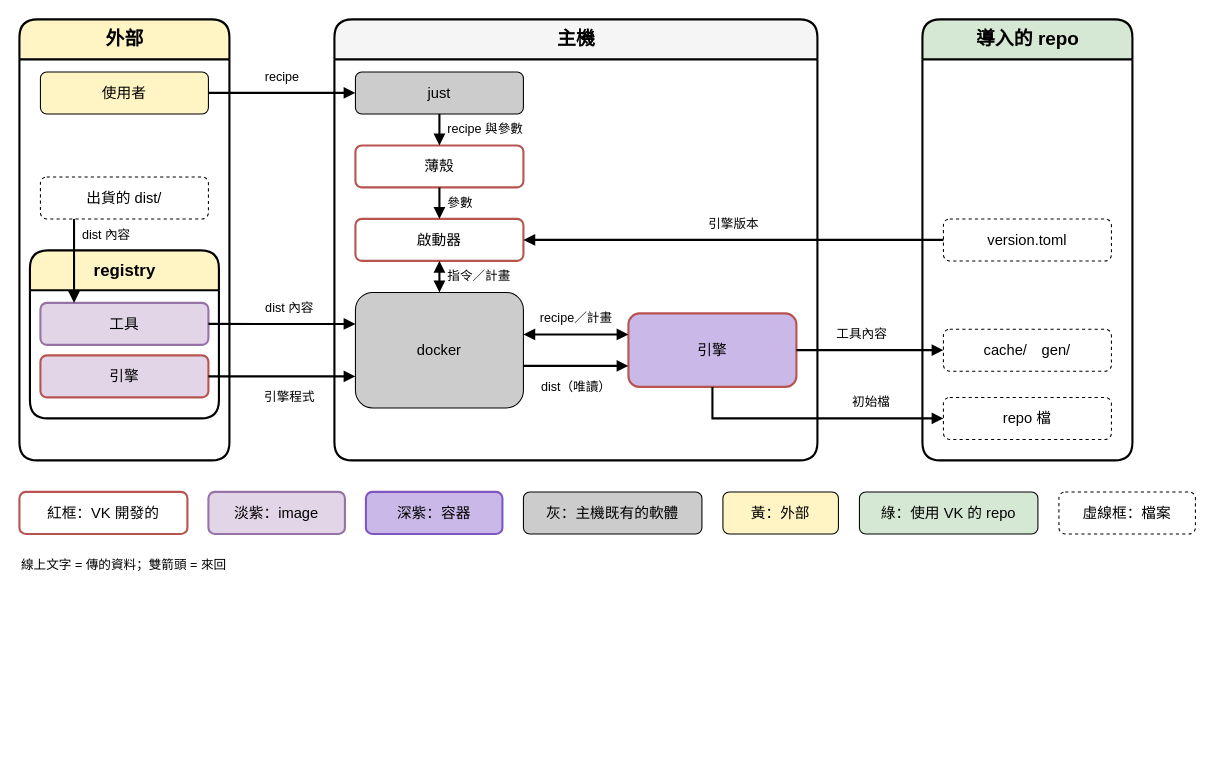
Above: page "VK 整體架構" (1 of 10) of doc/diagram/architecture.drawio in ycpss91255-research/vendor_kit (draw.io), before the change. Source tidied: cells renumbered, new cells numbered last; positions are measured from the earlier drawing's top-left corner, leaving out a move shared by most shapes. Both pictures are drawn from the tidied source at 105%, with x=0, y=0 at pixel (19, 19).
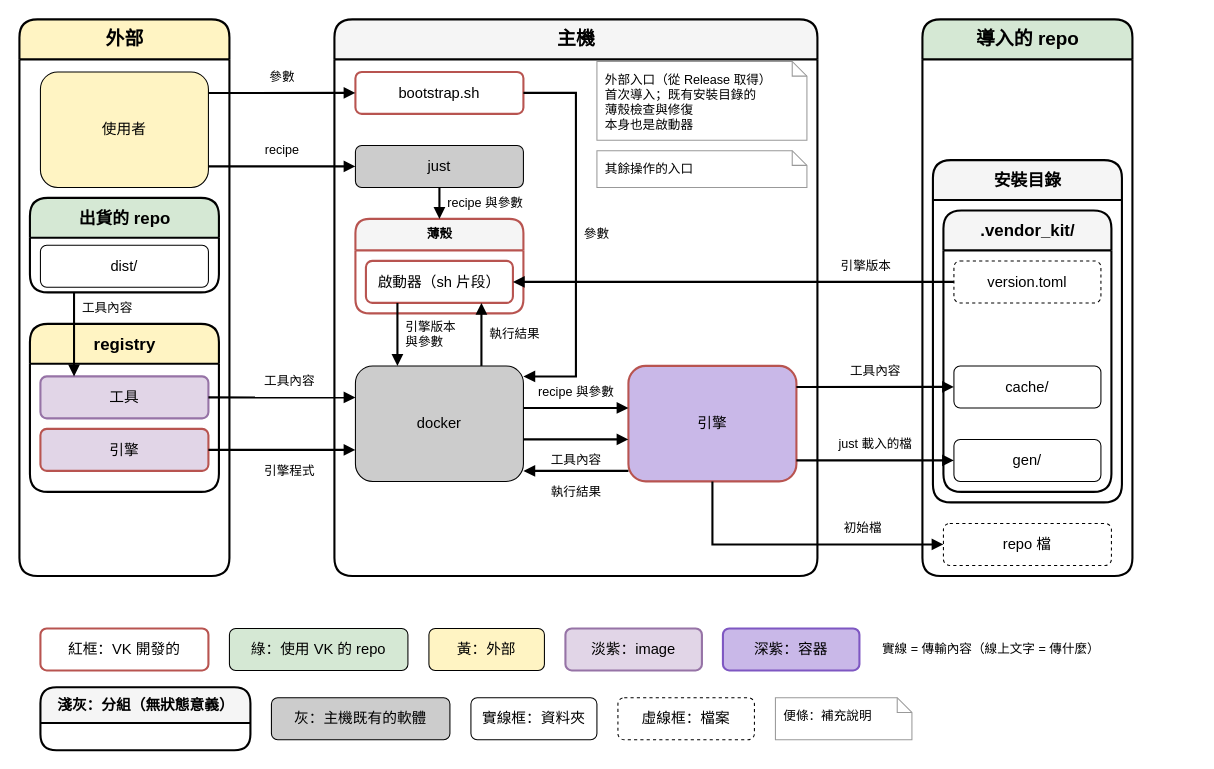
The same page after the edit.

Commit message:
docs(diagram): c-components 依定案 01、02 修正

- cache/ 與 gen/ 拆成兩格，放進 安裝目錄 > .vendor_kit/
- 補 bootstrap.sh 入口（首次導入），just 為其餘入口
- 啟動器畫成薄殼內的 sh 片段；去程與回程分成兩條線
- dist/ 移進「出貨的 repo」分組；外部欄逐格分類
- 圖例補齊，這頁 lint 歸零

Refs: #271

The change refers to these unchanged cells:
```xml
<mxCell id="5" value="工具" style="rounded=1;whiteSpace=wrap;html=1;fillColor=#e1d5e7;strokeColor=#9673a6;fontSize=14;strokeWidth=2;" parent="3" vertex="1">
  <mxGeometry x="10" y="50" width="160" height="40" as="geometry" />
</mxCell>
```

Diff of the diagram source:
```diff
@@
     <mxCell id="2" value="外部" style="swimlane;html=1;rounded=1;startSize=38;fontStyle=1;fontSize=18;fillColor=#FFF4C3;swimlaneFillColor=#ffffff;strokeColor=#000000;strokeWidth=2;" parent="1" vertex="1">
-      <mxGeometry width="200" height="420" as="geometry" />
+      <mxGeometry width="200" height="530" as="geometry" />
     </mxCell>
     <mxCell id="3" value="registry" style="swimlane;html=1;rounded=1;startSize=38;fontStyle=1;fontSize=16;fillColor=#FFF4C3;swimlaneFillColor=#ffffff;strokeColor=#000000;strokeWidth=2;" parent="2" vertex="1">
-      <mxGeometry x="10" y="220" width="180" height="160" as="geometry" />
+      <mxGeometry x="10" y="290" width="180" height="160" as="geometry" />
     </mxCell>
@@
     <mxCell id="6" value="使用者" style="rounded=1;whiteSpace=wrap;html=1;fillColor=#FFF4C3;strokeColor=light-dark(#000000,#9577A3);fontSize=14;strokeWidth=1;" parent="2" vertex="1">
-      <mxGeometry x="20" y="50" width="160" height="40" as="geometry" />
+      <mxGeometry x="20" y="50" width="160" height="110" as="geometry" />
     </mxCell>
-    <mxCell id="7" value="出貨的 dist/" style="rounded=1;whiteSpace=wrap;html=1;fillColor=#ffffff;strokeColor=light-dark(#000000,#9577A3);fontSize=14;strokeWidth=1;dashed=1;" parent="2" vertex="1">
-      <mxGeometry x="20" y="150" width="160" height="40" as="geometry" />
+    <mxCell id="7" value="dist/" style="rounded=1;whiteSpace=wrap;html=1;fillColor=#ffffff;strokeColor=light-dark(#000000,#9577A3);fontSize=14;strokeWidth=1;" parent="38" vertex="1">
+      <mxGeometry x="10" y="45" width="160" height="40" as="geometry" />
     </mxCell>
-    <mxCell id="8" value="dist 內容" style="edgeStyle=orthogonalEdgeStyle;rounded=0;jettySize=auto;html=1;strokeColor=default;strokeWidth=2;fontFamily=Helvetica;fontSize=12;fontColor=default;labelBorderColor=none;labelBackgroundColor=none;endArrow=block;endFill=1;align=left;verticalAlign=middle;spacingLeft=6;spacingBottom=0;exitX=0.2;exitY=1;exitDx=0;exitDy=0;entryX=0.2;entryY=0;entryDx=0;entryDy=0;" parent="2" edge="1" source="7" target="5">
-      <mxGeometry x="-0.6" relative="1" as="geometry" />
+    <mxCell id="8" value="工具內容" style="edgeStyle=orthogonalEdgeStyle;rounded=0;jettySize=auto;html=1;strokeColor=default;strokeWidth=2;fontFamily=Helvetica;fontSize=12;fontColor=default;labelBorderColor=none;labelBackgroundColor=none;endArrow=block;endFill=1;align=left;verticalAlign=middle;spacingLeft=6;spacingBottom=0;exitX=0.2;exitY=1;exitDx=0;exitDy=0;entryX=0.2;entryY=0;entryDx=0;entryDy=0;" parent="2" edge="1" source="7" target="5">
+      <mxGeometry x="-0.53" relative="1" as="geometry" />
     </mxCell>
     <mxCell id="9" value="主機" style="swimlane;html=1;rounded=1;startSize=38;fontStyle=1;fontSize=18;fillColor=#f5f5f5;swimlaneFillColor=#ffffff;strokeColor=#000000;strokeWidth=2;" parent="1" vertex="1">
-      <mxGeometry x="300" width="460" height="420" as="geometry" />
+      <mxGeometry x="300" width="460" height="530" as="geometry" />
     </mxCell>
     <mxCell id="10" value="just" style="rounded=1;whiteSpace=wrap;html=1;fillColor=#CCCCCC;strokeColor=light-dark(#000000,#9577A3);fontSize=14;strokeWidth=1;" parent="9" vertex="1">
-      <mxGeometry x="20" y="50" width="160" height="40" as="geometry" />
+      <mxGeometry x="20" y="120" width="160" height="40" as="geometry" />
     </mxCell>
-    <mxCell id="11" value="薄殼" style="rounded=1;whiteSpace=wrap;html=1;fillColor=#ffffff;strokeColor=#b85450;fontSize=14;strokeWidth=2;" parent="9" vertex="1">
-      <mxGeometry x="20" y="120" width="160" height="40" as="geometry" />
+    <mxCell id="11" value="薄殼" style="swimlane;html=1;rounded=1;startSize=30;fontStyle=1;fontSize=12;fillColor=#f5f5f5;swimlaneFillColor=#ffffff;strokeColor=#b85450;strokeWidth=2;" parent="9" vertex="1">
+      <mxGeometry x="20" y="190" width="160" height="90" as="geometry" />
     </mxCell>
-    <mxCell id="12" value="啟動器" style="rounded=1;whiteSpace=wrap;html=1;fillColor=#ffffff;strokeColor=#b85450;fontSize=14;strokeWidth=2;" parent="9" vertex="1">
-      <mxGeometry x="20" y="190" width="160" height="40" as="geometry" />
+    <mxCell id="12" value="啟動器（sh 片段）" style="rounded=1;whiteSpace=wrap;html=1;fillColor=#ffffff;strokeColor=#b85450;fontSize=14;strokeWidth=2;" parent="11" vertex="1">
+      <mxGeometry x="10" y="40" width="140" height="40" as="geometry" />
     </mxCell>
     <mxCell id="13" value="docker" style="rounded=1;whiteSpace=wrap;html=1;fillColor=#CCCCCC;strokeColor=light-dark(#000000,#9577A3);fontSize=14;strokeWidth=1;" parent="9" vertex="1">
-      <mxGeometry x="20" y="260" width="160" height="110" as="geometry" />
+      <mxGeometry x="20" y="330" width="160" height="110" as="geometry" />
     </mxCell>
     <mxCell id="14" value="引擎" style="rounded=1;whiteSpace=wrap;html=1;fillColor=#c9b8e8;strokeColor=#b85450;fontSize=14;strokeWidth=2;" parent="9" vertex="1">
-      <mxGeometry x="280" y="280" width="160" height="70" as="geometry" />
+      <mxGeometry x="280" y="330" width="160" height="110" as="geometry" />
     </mxCell>
     <mxCell id="15" value="導入的 repo" style="swimlane;html=1;rounded=1;startSize=38;fontStyle=1;fontSize=18;fillColor=#d5e8d4;swimlaneFillColor=#ffffff;strokeColor=#000000;strokeWidth=2;" parent="1" vertex="1">
-      <mxGeometry x="860" width="200" height="420" as="geometry" />
+      <mxGeometry x="860" width="200" height="530" as="geometry" />
     </mxCell>
-    <mxCell id="16" value="version.toml" style="rounded=1;whiteSpace=wrap;html=1;fillColor=#ffffff;strokeColor=light-dark(#000000,#9577A3);fontSize=14;strokeWidth=1;dashed=1;" parent="15" vertex="1">
-      <mxGeometry x="20" y="190" width="160" height="40" as="geometry" />
+    <mxCell id="16" value="version.toml" style="rounded=1;whiteSpace=wrap;html=1;fillColor=#ffffff;strokeColor=light-dark(#000000,#9577A3);fontSize=14;strokeWidth=1;dashed=1;" parent="51" vertex="1">
+      <mxGeometry x="10" y="48" width="140" height="40" as="geometry" />
     </mxCell>
-    <mxCell id="17" value="cache/　gen/" style="rounded=1;whiteSpace=wrap;html=1;fillColor=#ffffff;strokeColor=light-dark(#000000,#9577A3);fontSize=14;strokeWidth=1;dashed=1;" parent="15" vertex="1">
-      <mxGeometry x="20" y="295" width="160" height="40" as="geometry" />
+    <mxCell id="17" value="cache/" style="rounded=1;whiteSpace=wrap;html=1;fillColor=#ffffff;strokeColor=light-dark(#000000,#9577A3);fontSize=14;strokeWidth=1;" parent="51" vertex="1">
+      <mxGeometry x="10" y="148" width="140" height="40" as="geometry" />
     </mxCell>
     <mxCell id="18" value="repo 檔" style="rounded=1;whiteSpace=wrap;html=1;fillColor=#ffffff;strokeColor=light-dark(#000000,#9577A3);fontSize=14;strokeWidth=1;dashed=1;" parent="15" vertex="1">
-      <mxGeometry x="20" y="360" width="160" height="40" as="geometry" />
+      <mxGeometry x="20" y="480" width="160" height="40" as="geometry" />
     </mxCell>
-    <mxCell id="19" value="recipe" style="edgeStyle=orthogonalEdgeStyle;rounded=0;jettySize=auto;html=1;strokeColor=default;strokeWidth=2;align=center;verticalAlign=bottom;spacingBottom=6;fontFamily=Helvetica;fontSize=12;fontColor=default;labelBorderColor=none;labelBackgroundColor=none;endArrow=block;endFill=1;" parent="1" edge="1" source="6" target="10">
+    <mxCell id="19" value="recipe" style="edgeStyle=orthogonalEdgeStyle;rounded=0;jettySize=auto;html=1;strokeColor=default;strokeWidth=2;align=center;verticalAlign=bottom;spacingBottom=6;fontFamily=Helvetica;fontSize=12;fontColor=default;labelBorderColor=none;labelBackgroundColor=none;endArrow=block;endFill=1;exitX=1;exitY=0.818;exitDx=0;exitDy=0;entryX=0;entryY=0.5;entryDx=0;entryDy=0;" parent="1" edge="1" source="6" target="10">
       <mxGeometry relative="1" as="geometry" />
     </mxCell>
-    <mxCell id="20" value="recipe 與參數" style="edgeStyle=orthogonalEdgeStyle;rounded=0;jettySize=auto;html=1;strokeColor=default;strokeWidth=2;fontFamily=Helvetica;fontSize=12;fontColor=default;labelBorderColor=none;labelBackgroundColor=none;endArrow=block;endFill=1;align=left;verticalAlign=middle;spacingLeft=6;spacingBottom=0;" parent="1" edge="1" source="10" target="11">
+    <mxCell id="20" value="recipe 與參數" style="edgeStyle=orthogonalEdgeStyle;rounded=0;jettySize=auto;html=1;strokeColor=default;strokeWidth=2;fontFamily=Helvetica;fontSize=12;fontColor=default;labelBorderColor=none;labelBackgroundColor=none;endArrow=block;endFill=1;align=left;verticalAlign=middle;spacingLeft=6;spacingBottom=0;exitX=0.5;exitY=1;exitDx=0;exitDy=0;entryX=0.5;entryY=0;entryDx=0;entryDy=0;" parent="1" edge="1" source="10" target="11">
       <mxGeometry relative="1" as="geometry" />
     </mxCell>
-    <mxCell id="21" value="參數" style="edgeStyle=orthogonalEdgeStyle;rounded=0;jettySize=auto;html=1;strokeColor=default;strokeWidth=2;fontFamily=Helvetica;fontSize=12;fontColor=default;labelBorderColor=none;labelBackgroundColor=none;endArrow=block;endFill=1;align=left;verticalAlign=middle;spacingLeft=6;spacingBottom=0;" parent="1" edge="1" source="11" target="12">
-      <mxGeometry relative="1" as="geometry" />
-    </mxCell>
-    <mxCell id="22" value="引擎版本" style="edgeStyle=orthogonalEdgeStyle;rounded=0;jettySize=auto;html=1;strokeColor=default;strokeWidth=2;align=center;verticalAlign=bottom;spacingBottom=6;fontFamily=Helvetica;fontSize=12;fontColor=default;labelBorderColor=none;labelBackgroundColor=none;endArrow=block;endFill=1;" parent="1" edge="1" source="16" target="12">
-      <mxGeometry relative="1" as="geometry" />
+    <mxCell id="22" value="引擎版本" style="edgeStyle=orthogonalEdgeStyle;rounded=0;jettySize=auto;html=1;strokeColor=default;strokeWidth=2;align=center;verticalAlign=bottom;spacingBottom=6;fontFamily=Helvetica;fontSize=12;fontColor=default;labelBorderColor=none;labelBackgroundColor=none;endArrow=block;endFill=1;exitX=0;exitY=0.5;exitDx=0;exitDy=0;entryX=1;entryY=0.5;entryDx=0;entryDy=0;" parent="1" edge="1" source="16" target="12">
+      <mxGeometry x="-0.6" relative="1" as="geometry" />
     </mxCell>
-    <mxCell id="23" value="指令／計畫" style="edgeStyle=orthogonalEdgeStyle;rounded=0;jettySize=auto;html=1;strokeColor=default;strokeWidth=2;fontFamily=Helvetica;fontSize=12;fontColor=default;labelBorderColor=none;labelBackgroundColor=none;endArrow=block;endFill=1;startArrow=block;startFill=1;align=left;verticalAlign=middle;spacingLeft=6;spacingBottom=0;" parent="1" edge="1" source="12" target="13">
+    <mxCell id="23" value="引擎版本&lt;br&gt;與參數" style="edgeStyle=orthogonalEdgeStyle;rounded=0;jettySize=auto;html=1;strokeColor=default;strokeWidth=2;fontFamily=Helvetica;fontSize=12;fontColor=default;labelBorderColor=none;labelBackgroundColor=none;endArrow=block;endFill=1;align=left;verticalAlign=middle;spacingLeft=6;spacingBottom=0;exitX=0.2143;exitY=1;exitDx=0;exitDy=0;entryX=0.25;entryY=0;entryDx=0;entryDy=0;" parent="1" edge="1" source="12" target="13">
       <mxGeometry relative="1" as="geometry" />
     </mxCell>
-    <mxCell id="24" value="recipe／計畫" style="edgeStyle=orthogonalEdgeStyle;rounded=0;jettySize=auto;html=1;strokeColor=default;strokeWidth=2;align=center;verticalAlign=bottom;spacingBottom=6;fontFamily=Helvetica;fontSize=12;fontColor=default;labelBorderColor=none;labelBackgroundColor=none;endArrow=block;endFill=1;startArrow=block;startFill=1;exitX=1;exitY=0.364;exitDx=0;exitDy=0;entryX=0;entryY=0.286;entryDx=0;entryDy=0;" parent="1" edge="1" source="13" target="14">
+    <mxCell id="24" value="recipe 與參數" style="edgeStyle=orthogonalEdgeStyle;rounded=0;jettySize=auto;html=1;strokeColor=default;strokeWidth=2;align=center;verticalAlign=bottom;spacingBottom=6;fontFamily=Helvetica;fontSize=12;fontColor=default;labelBorderColor=none;labelBackgroundColor=none;endArrow=block;endFill=1;exitX=1;exitY=0.364;exitDx=0;exitDy=0;entryX=0;entryY=0.364;entryDx=0;entryDy=0;" parent="1" edge="1" source="13" target="14">
       <mxGeometry relative="1" as="geometry" />
     </mxCell>
-    <mxCell id="25" value="工具內容" style="edgeStyle=orthogonalEdgeStyle;rounded=0;jettySize=auto;html=1;strokeColor=default;strokeWidth=2;align=center;verticalAlign=bottom;spacingBottom=6;fontFamily=Helvetica;fontSize=12;fontColor=default;labelBorderColor=none;labelBackgroundColor=none;endArrow=block;endFill=1;exitX=1;exitY=0.5;exitDx=0;exitDy=0;entryX=0;entryY=0.5;entryDx=0;entryDy=0;" parent="1" edge="1" source="14" target="17">
-      <mxGeometry x="-0.12" relative="1" as="geometry" />
+    <mxCell id="25" value="工具內容" style="edgeStyle=orthogonalEdgeStyle;rounded=0;jettySize=auto;html=1;strokeColor=default;strokeWidth=2;align=center;verticalAlign=bottom;spacingBottom=6;fontFamily=Helvetica;fontSize=12;fontColor=default;labelBorderColor=none;labelBackgroundColor=none;endArrow=block;endFill=1;exitX=1;exitY=0.182;exitDx=0;exitDy=0;entryX=0;entryY=0.5;entryDx=0;entryDy=0;" parent="1" edge="1" source="14" target="17">
+      <mxGeometry relative="1" as="geometry" />
     </mxCell>
@@
     <mxCell id="27" value="紅框：VK 開發的" style="rounded=1;whiteSpace=wrap;html=1;fillColor=#ffffff;strokeColor=#b85450;fontSize=14;strokeWidth=2;" parent="1" vertex="1">
-      <mxGeometry y="450" width="160" height="40" as="geometry" />
+      <mxGeometry x="20" y="580" width="160" height="40" as="geometry" />
     </mxCell>
     <mxCell id="28" value="綠：使用 VK 的 repo" style="rounded=1;whiteSpace=wrap;html=1;fillColor=#d5e8d4;strokeColor=light-dark(#000000,#9577A3);fontSize=14;strokeWidth=1;" parent="1" vertex="1">
-      <mxGeometry x="800" y="450" width="170" height="40" as="geometry" />
+      <mxGeometry x="200" y="580" width="170" height="40" as="geometry" />
     </mxCell>
     <mxCell id="29" value="黃：外部" style="rounded=1;whiteSpace=wrap;html=1;fillColor=#FFF4C3;strokeColor=light-dark(#000000,#9577A3);fontSize=14;strokeWidth=1;" parent="1" vertex="1">
-      <mxGeometry x="670" y="450" width="110" height="40" as="geometry" />
+      <mxGeometry x="390" y="580" width="110" height="40" as="geometry" />
     </mxCell>
     <mxCell id="30" value="淡紫：image" style="rounded=1;whiteSpace=wrap;html=1;fillColor=#e1d5e7;strokeColor=#9673a6;fontSize=14;strokeWidth=2;" parent="1" vertex="1">
-      <mxGeometry x="180" y="450" width="130" height="40" as="geometry" />
+      <mxGeometry x="520" y="580" width="130" height="40" as="geometry" />
     </mxCell>
     <mxCell id="31" value="灰：主機既有的軟體" style="rounded=1;whiteSpace=wrap;html=1;fillColor=#CCCCCC;strokeColor=light-dark(#000000,#9577A3);fontSize=14;strokeWidth=1;" parent="1" vertex="1">
-      <mxGeometry x="480" y="450" width="170" height="40" as="geometry" />
+      <mxGeometry x="240" y="646" width="170" height="40" as="geometry" />
     </mxCell>
     <mxCell id="32" value="虛線框：檔案" style="rounded=1;whiteSpace=wrap;html=1;fillColor=#ffffff;strokeColor=light-dark(#000000,#9577A3);fontSize=14;strokeWidth=1;dashed=1;" parent="1" vertex="1">
-      <mxGeometry x="990" y="450" width="130" height="40" as="geometry" />
+      <mxGeometry x="570" y="646" width="130" height="40" as="geometry" />
     </mxCell>
-    <mxCell id="33" value="線上文字 = 傳的資料；雙箭頭 = 來回" style="text;html=1;whiteSpace=wrap;align=left;verticalAlign=middle;fontSize=12;strokeColor=none;fillColor=none;" parent="1" vertex="1">
-      <mxGeometry y="505" width="300" height="30" as="geometry" />
+    <mxCell id="33" value="實線 = 傳輸內容（線上文字 = 傳什麼）" style="text;html=1;whiteSpace=wrap;align=left;verticalAlign=middle;fontSize=12;strokeColor=none;fillColor=none;" parent="1" vertex="1">
+      <mxGeometry x="820" y="570" width="300" height="60" as="geometry" />
     </mxCell>
@@
-    <mxCell id="35" value="dist 內容" style="edgeStyle=orthogonalEdgeStyle;rounded=0;jettySize=auto;html=1;strokeColor=default;strokeWidth=2;align=center;verticalAlign=bottom;spacingBottom=6;fontFamily=Helvetica;fontSize=12;fontColor=default;labelBorderColor=none;labelBackgroundColor=none;endArrow=block;endFill=1;exitX=1;exitY=0.5;exitDx=0;exitDy=0;entryX=0;entryY=0.273;entryDx=0;entryDy=0;" parent="1" edge="1" source="5" target="13">
+    <mxCell id="35" value="工具內容" style="edgeStyle=orthogonalEdgeStyle;rounded=0;jettySize=auto;html=1;strokeColor=default;strokeWidth=2;align=center;verticalAlign=bottom;spacingBottom=6;fontFamily=Helvetica;fontSize=12;fontColor=default;labelBorderColor=none;labelBackgroundColor=none;endArrow=block;endFill=1;exitX=1;exitY=0.5;exitDx=0;exitDy=0;entryX=0;entryY=0.273;entryDx=0;entryDy=0;" parent="1" edge="1" source="5" target="13">
       <mxGeometry x="0.1" relative="1" as="geometry" />
     </mxCell>
-    <mxCell id="36" value="dist（唯讀）" style="edgeStyle=orthogonalEdgeStyle;rounded=0;jettySize=auto;html=1;strokeColor=default;strokeWidth=2;align=center;verticalAlign=top;spacingTop=6;spacingBottom=0;fontFamily=Helvetica;fontSize=12;fontColor=default;labelBorderColor=none;labelBackgroundColor=none;endArrow=block;endFill=1;exitX=1;exitY=0.636;exitDx=0;exitDy=0;entryX=0;entryY=0.714;entryDx=0;entryDy=0;" parent="1" edge="1" source="13" target="14">
+    <mxCell id="36" value="工具內容" style="edgeStyle=orthogonalEdgeStyle;rounded=0;jettySize=auto;html=1;strokeColor=default;strokeWidth=2;align=center;verticalAlign=top;spacingTop=6;spacingBottom=0;fontFamily=Helvetica;fontSize=12;fontColor=default;labelBorderColor=none;labelBackgroundColor=none;endArrow=block;endFill=1;exitX=1;exitY=0.636;exitDx=0;exitDy=0;entryX=0;entryY=0.636;entryDx=0;entryDy=0;" parent="1" edge="1" source="13" target="14">
       <mxGeometry relative="1" as="geometry" />
     </mxCell>
     <mxCell id="37" value="深紫：容器" style="rounded=1;whiteSpace=wrap;html=1;fillColor=#c9b8e8;strokeColor=#7e57c2;fontSize=14;strokeWidth=2;" parent="1" vertex="1">
-      <mxGeometry x="330" y="450" width="130" height="40" as="geometry" />
+      <mxGeometry x="670" y="580" width="130" height="40" as="geometry" />
     </mxCell>
+    <mxCell id="38" value="出貨的 repo" style="swimlane;html=1;rounded=1;startSize=38;fontStyle=1;fontSize=16;fillColor=#d5e8d4;swimlaneFillColor=#ffffff;strokeColor=#000000;strokeWidth=2;" parent="2" vertex="1">
+      <mxGeometry x="10" y="170" width="180" height="90" as="geometry" />
+    </mxCell>
+    <mxCell id="39" value="bootstrap.sh" style="rounded=1;whiteSpace=wrap;html=1;fillColor=#ffffff;strokeColor=#b85450;fontSize=14;strokeWidth=2;" parent="9" vertex="1">
+      <mxGeometry x="20" y="50" width="160" height="40" as="geometry" />
+    </mxCell>
+    <mxCell id="40" value="gen/" style="rounded=1;whiteSpace=wrap;html=1;fillColor=#ffffff;strokeColor=light-dark(#000000,#9577A3);fontSize=14;strokeWidth=1;" parent="51" vertex="1">
+      <mxGeometry x="10" y="218" width="140" height="40" as="geometry" />
+    </mxCell>
+    <mxCell id="41" value="參數" style="edgeStyle=orthogonalEdgeStyle;rounded=0;jettySize=auto;html=1;strokeColor=default;strokeWidth=2;align=center;verticalAlign=bottom;spacingBottom=6;fontFamily=Helvetica;fontSize=12;fontColor=default;labelBorderColor=none;labelBackgroundColor=none;endArrow=block;endFill=1;exitX=1;exitY=0.182;exitDx=0;exitDy=0;entryX=0;entryY=0.5;entryDx=0;entryDy=0;" parent="1" edge="1" source="6" target="39">
+      <mxGeometry relative="1" as="geometry" />
+    </mxCell>
+    <mxCell id="42" value="參數" style="edgeStyle=orthogonalEdgeStyle;rounded=0;jettySize=auto;html=1;strokeColor=default;strokeWidth=2;fontFamily=Helvetica;fontSize=12;fontColor=default;labelBorderColor=none;labelBackgroundColor=none;endArrow=block;endFill=1;align=left;verticalAlign=middle;spacingLeft=6;spacingBottom=0;exitX=1;exitY=0.5;exitDx=0;exitDy=0;entryX=1;entryY=0.091;entryDx=0;entryDy=0;" parent="1" edge="1" source="39" target="13">
+      <mxGeometry relative="1" as="geometry">
+        <Array as="points">
+          <mxPoint x="530" y="70" />
+          <mxPoint x="530" y="340" />
+        </Array>
+      </mxGeometry>
+    </mxCell>
+    <mxCell id="43" value="just 載入的檔" style="edgeStyle=orthogonalEdgeStyle;rounded=0;jettySize=auto;html=1;strokeColor=default;strokeWidth=2;align=center;verticalAlign=bottom;spacingBottom=6;fontFamily=Helvetica;fontSize=12;fontColor=default;labelBorderColor=none;labelBackgroundColor=none;endArrow=block;endFill=1;exitX=1;exitY=0.818;exitDx=0;exitDy=0;entryX=0;entryY=0.5;entryDx=0;entryDy=0;" parent="1" edge="1" source="14" target="40">
+      <mxGeometry relative="1" as="geometry" />
+    </mxCell>
+    <mxCell id="44" value="淺灰：分組（無狀態意義）" style="swimlane;html=1;rounded=1;startSize=34;fontStyle=1;fontSize=14;fillColor=#f5f5f5;swimlaneFillColor=#ffffff;strokeColor=#000000;strokeWidth=2;" parent="1" vertex="1">
+      <mxGeometry x="20" y="636" width="200" height="60" as="geometry" />
+    </mxCell>
+    <mxCell id="45" value="實線框：資料夾" style="rounded=1;whiteSpace=wrap;html=1;fillColor=#ffffff;strokeColor=light-dark(#000000,#9577A3);fontSize=14;strokeWidth=1;" parent="1" vertex="1">
+      <mxGeometry x="430" y="646" width="120" height="40" as="geometry" />
+    </mxCell>
+    <mxCell id="46" value="外部入口（從 Release 取得）&lt;br&gt;首次導入；既有安裝目錄的&lt;br&gt;薄殼檢查與修復&lt;br&gt;本身也是啟動器" style="shape=note;whiteSpace=wrap;html=1;size=14;fillColor=#ffffff;strokeColor=#999999;align=left;verticalAlign=top;spacingLeft=6;spacingTop=4;fontSize=12;" parent="9" vertex="1">
+      <mxGeometry x="250" y="40" width="200" height="75" as="geometry" />
+    </mxCell>
+    <mxCell id="47" value="其餘操作的入口" style="shape=note;whiteSpace=wrap;html=1;size=14;fillColor=#ffffff;strokeColor=#999999;align=left;verticalAlign=top;spacingLeft=6;spacingTop=4;fontSize=12;" parent="9" vertex="1">
+      <mxGeometry x="250" y="125" width="200" height="35" as="geometry" />
+    </mxCell>
+    <mxCell id="48" value="執行結果" style="edgeStyle=orthogonalEdgeStyle;rounded=0;jettySize=auto;html=1;strokeColor=default;strokeWidth=2;fontFamily=Helvetica;fontSize=12;fontColor=default;labelBorderColor=none;labelBackgroundColor=none;endArrow=block;endFill=1;align=left;verticalAlign=middle;spacingLeft=6;spacingBottom=0;exitX=0.75;exitY=0;exitDx=0;exitDy=0;entryX=0.7857;entryY=1;entryDx=0;entryDy=0;" parent="1" edge="1" source="13" target="12">
+      <mxGeometry relative="1" as="geometry" />
+    </mxCell>
+    <mxCell id="49" value="執行結果" style="edgeStyle=orthogonalEdgeStyle;rounded=0;jettySize=auto;html=1;strokeColor=default;strokeWidth=2;fontFamily=Helvetica;fontSize=12;fontColor=default;labelBorderColor=none;labelBackgroundColor=none;endArrow=block;endFill=1;align=center;verticalAlign=top;spacingTop=6;spacingBottom=0;exitX=0;exitY=0.909;exitDx=0;exitDy=0;entryX=1;entryY=0.909;entryDx=0;entryDy=0;" parent="1" edge="1" source="14" target="13">
+      <mxGeometry relative="1" as="geometry" />
+    </mxCell>
+    <mxCell id="50" value="安裝目錄" style="swimlane;html=1;rounded=1;startSize=38;fontStyle=1;fontSize=16;fillColor=#f5f5f5;swimlaneFillColor=#ffffff;strokeColor=#000000;strokeWidth=2;" parent="15" vertex="1">
+      <mxGeometry x="10" y="134" width="180" height="326" as="geometry" />
+    </mxCell>
+    <mxCell id="51" value=".vendor_kit/" style="swimlane;html=1;rounded=1;startSize=38;fontStyle=1;fontSize=16;fillColor=#f5f5f5;swimlaneFillColor=#ffffff;strokeColor=#000000;strokeWidth=2;" parent="50" vertex="1">
+      <mxGeometry x="10" y="48" width="160" height="268" as="geometry" />
+    </mxCell>
+    <mxCell id="52" value="便條：補充說明" style="shape=note;whiteSpace=wrap;html=1;size=14;fillColor=#ffffff;strokeColor=#999999;align=left;verticalAlign=top;spacingLeft=6;spacingTop=4;fontSize=12;" parent="1" vertex="1">
+      <mxGeometry x="720" y="646" width="130" height="40" as="geometry" />
+    </mxCell>
```
